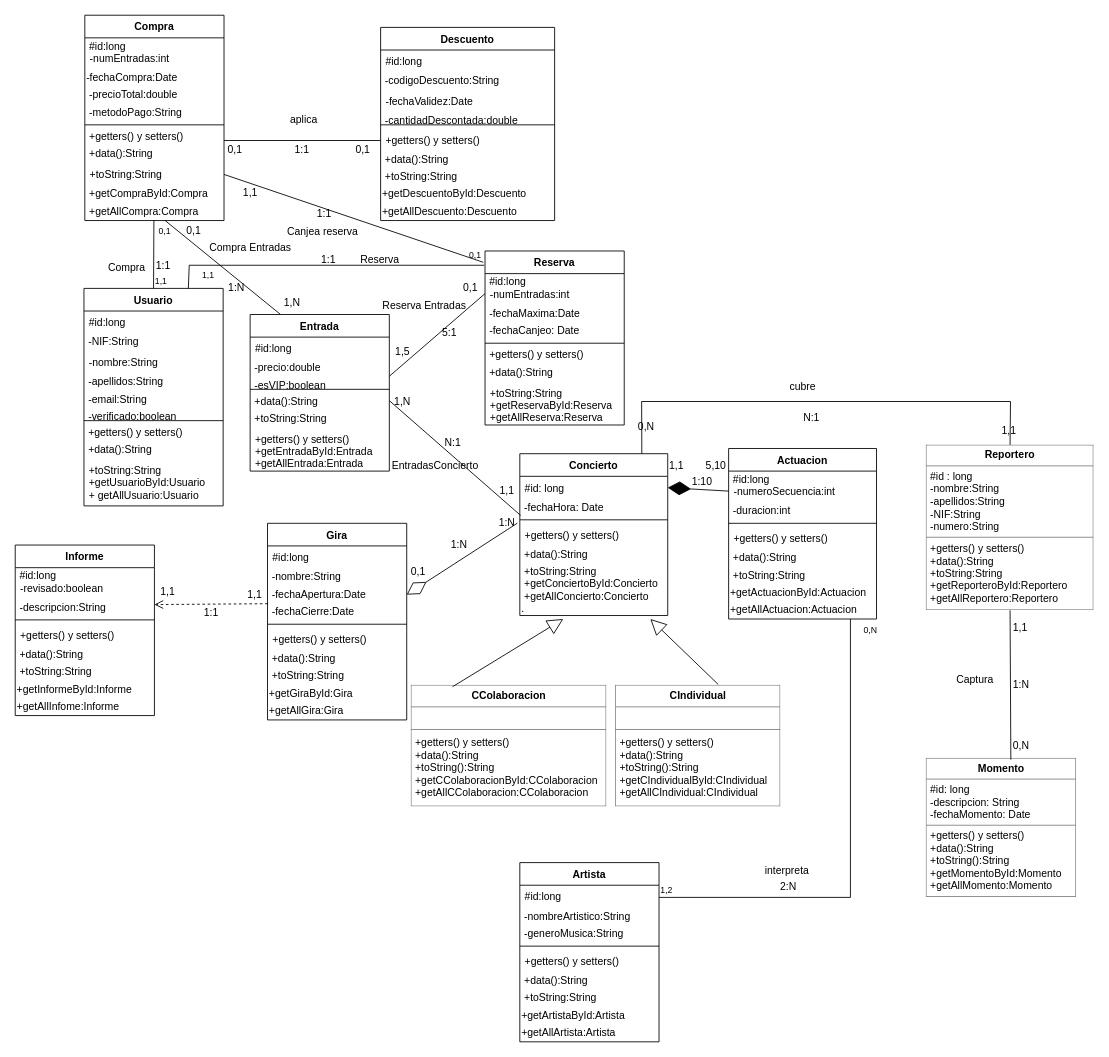
This is Diagrama de clases.drawio from Lusaka12/AgenciaConciertos, a draw.io file, before an edit. Source tidied: cells renumbered, new cells numbered last; positions are measured from the earlier drawing's top-left corner, leaving out a move shared by most shapes. Both pictures are drawn from the tidied source at 87%, with x=0, y=0 at pixel (15, 15).
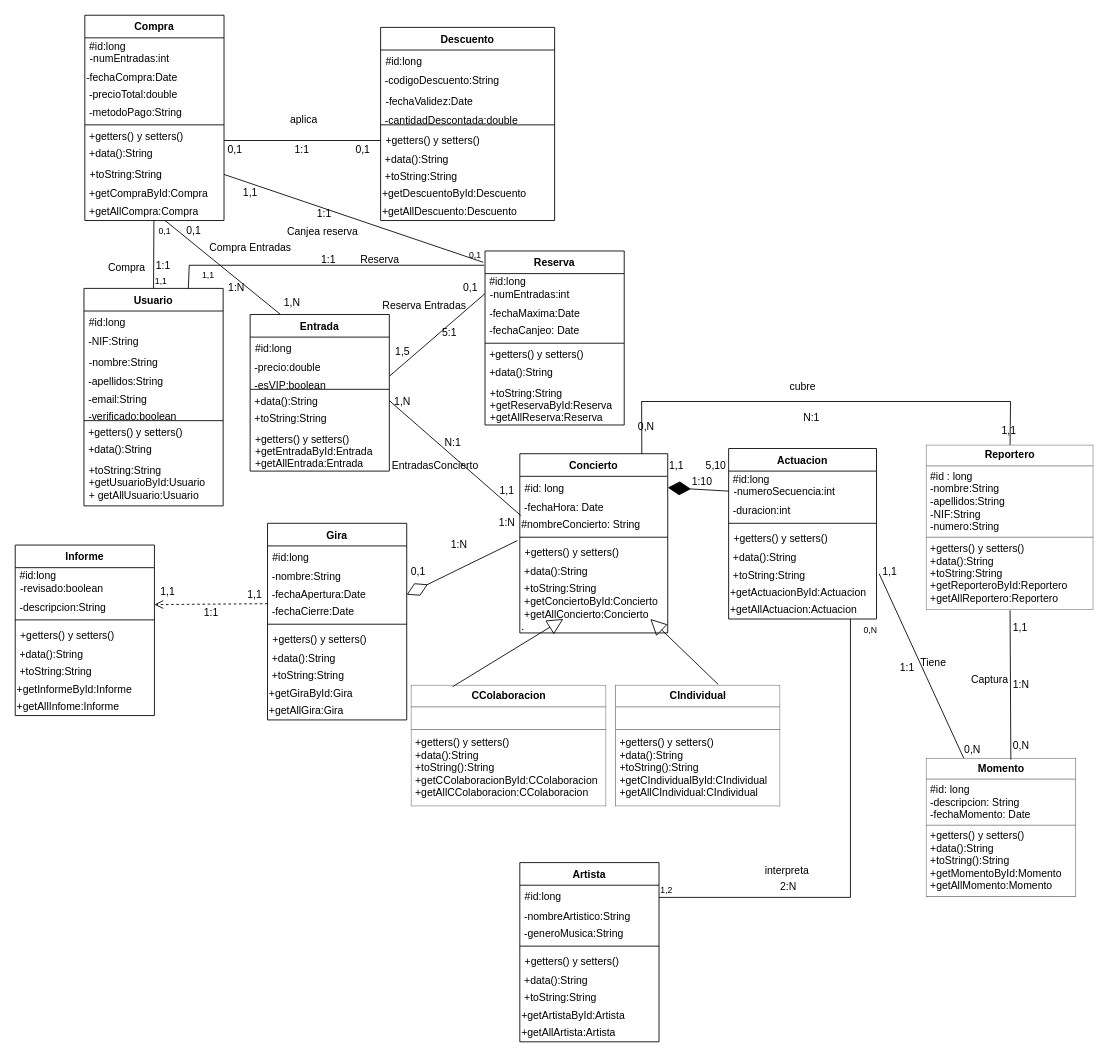
The same diagram, later.

The change refers to these unchanged cells:
```xml
<mxCell id="30" value="&amp;nbsp;+toString:String" style="text;html=1;points=[];align=left;verticalAlign=top;spacingTop=-4;" parent="23" vertex="1">
  <mxGeometry y="136" width="170" height="20" as="geometry" />
</mxCell>
<mxCell id="128" value="&lt;table border=&quot;1&quot; width=&quot;100%&quot; cellpadding=&quot;4&quot; style=&quot;width: 100% ; height: 100% ; border-collapse: collapse&quot;&gt;&lt;tbody&gt;&lt;tr&gt;&lt;th style=&quot;text-align: center&quot;&gt;Momento&lt;/th&gt;&lt;/tr&gt;&lt;tr&gt;&lt;td&gt;#id: long&lt;br&gt;-descripcion: String&lt;br&gt;-fechaMomento: Date&lt;br&gt;&lt;/td&gt;&lt;/tr&gt;&lt;tr&gt;&lt;td&gt;&lt;div&gt;&lt;span&gt;+getters() y setters()&amp;nbsp;&lt;/span&gt;&lt;/div&gt;&lt;div&gt;&lt;span&gt;+data():String&lt;/span&gt;&lt;/div&gt;&lt;div&gt;&lt;span&gt;+toString():String&lt;/span&gt;&lt;/div&gt;&lt;div&gt;&lt;span&gt;+getMomentoById:Momento&lt;/span&gt;&lt;/div&gt;&lt;div&gt;&lt;span&gt;+getAllMomento:Momento&lt;/span&gt;&lt;/div&gt;&lt;/td&gt;&lt;/tr&gt;&lt;/tbody&gt;&lt;/table&gt;" style="text;html=1;strokeColor=none;fillColor=none;overflow=fill;strokeWidth=1;align=left;verticalAlign=top;horizontal=1;" parent="1" vertex="1">
  <mxGeometry x="1047" y="854" width="173" height="160" as="geometry" />
</mxCell>
```

Diff of the diagram source:
```diff
@@
     <mxCell id="97" value="Concierto" style="swimlane;fontStyle=1;align=center;verticalAlign=top;horizontal=1;startSize=26;" parent="1" vertex="1">
-      <mxGeometry x="580" y="504" width="170" height="186" as="geometry" />
+      <mxGeometry x="580" y="504" width="170" height="206" as="geometry" />
     </mxCell>
@@
+    <mxCell id="169" value="#nombreConcierto: String" style="text;html=1;align=left;verticalAlign=top;spacingTop=-4;" parent="97" vertex="1">
+      <mxGeometry y="72" width="170" height="20" as="geometry" />
+    </mxCell>
     <mxCell id="100" style="line;strokeWidth=1;fillColor=none;align=left;verticalAlign=middle;spacingTop=-1;spacingLeft=3;spacingRight=3;labelPosition=right;" parent="97" vertex="1">
-      <mxGeometry y="72" width="170" height="8" as="geometry" />
+      <mxGeometry y="92" width="170" height="8" as="geometry" />
     </mxCell>
     <mxCell id="101" value="+getters() y setters()&#10; " style="text;strokeColor=none;fillColor=none;align=left;verticalAlign=top;spacingLeft=4;spacingRight=4;overflow=hidden;points=[[0,0.5],[1,0.5]];portConstraint=eastwest;" parent="97" vertex="1">
-      <mxGeometry y="80" width="170" height="26" as="geometry" />
+      <mxGeometry y="100" width="170" height="26" as="geometry" />
     </mxCell>
     <mxCell id="102" value="&amp;nbsp;+data():String" style="text;html=1;align=left;verticalAlign=top;spacingTop=-4;" parent="97" vertex="1">
-      <mxGeometry y="106" width="170" height="20" as="geometry" />
+      <mxGeometry y="126" width="170" height="20" as="geometry" />
     </mxCell>
     <mxCell id="103" value="&amp;nbsp;+toString:String&lt;br&gt;&amp;nbsp;+getConciertoById:Concierto&lt;br&gt;&amp;nbsp;+getAllConcierto:Concierto&lt;br&gt;.&lt;br&gt;" style="text;html=1;align=left;verticalAlign=top;spacingTop=-4;" parent="97" vertex="1">
-      <mxGeometry y="126" width="170" height="60" as="geometry" />
+      <mxGeometry y="146" width="170" height="60" as="geometry" />
     </mxCell>
@@
     <mxCell id="132" value="Captura" style="text;html=1;align=left;verticalAlign=top;spacingTop=-4;" parent="1" vertex="1">
-      <mxGeometry x="1080" y="754" width="60" height="20" as="geometry" />
+      <mxGeometry x="1097" y="754" width="60" height="20" as="geometry" />
     </mxCell>
@@
+    <mxCell id="170" style="endArrow=none;html=1;exitX=0.25;exitY=0;exitDx=0;exitDy=0;entryX=1.018;entryY=0.4;entryDx=0;entryDy=0;entryPerimeter=0;" parent="1" edge="1" source="128" target="30">
+      <mxGeometry relative="1" as="geometry" />
+    </mxCell>
+    <mxCell id="171" value="Tiene" style="text;html=1;align=center;verticalAlign=middle;" parent="1" vertex="1">
+      <mxGeometry x="1030" y="734" width="50" height="20" as="geometry" />
+    </mxCell>
+    <mxCell id="172" value="1,1" style="text;html=1;align=center;verticalAlign=middle;" parent="1" vertex="1">
+      <mxGeometry x="990" y="630" width="30" height="20" as="geometry" />
+    </mxCell>
+    <mxCell id="173" value="0,N" style="text;html=1;align=center;verticalAlign=middle;" parent="1" vertex="1">
+      <mxGeometry x="1085" y="834" width="30" height="20" as="geometry" />
+    </mxCell>
+    <mxCell id="174" value="1:1" style="text;html=1;align=center;verticalAlign=middle;" parent="1" vertex="1">
+      <mxGeometry x="1010" y="740" width="30" height="20" as="geometry" />
+    </mxCell>
```
